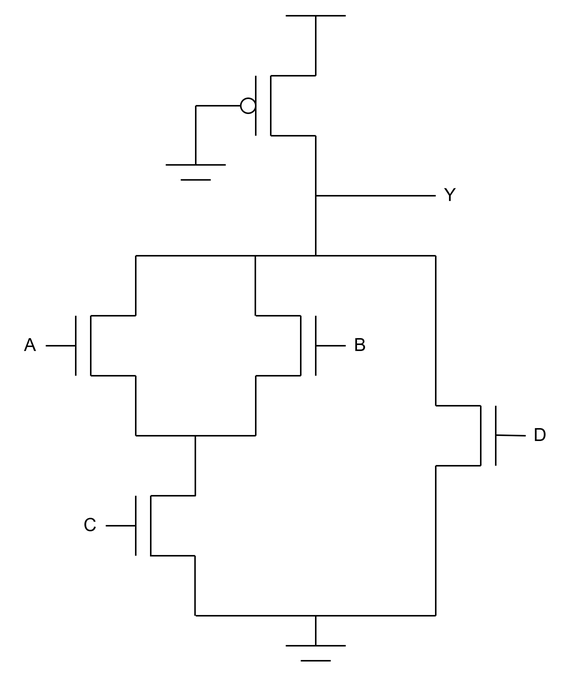
The draw.io diagram 4/images/problem2_pseudo_nmos.png in osowatzke/ECE507_HW, before a commit. Source tidied: cells renumbered, new cells last; positions are measured from the earlier drawing's top-left corner, leaving out a move shared by most shapes. The source it was exported from:
```xml
<mxGraphModel>
  <root>
    <mxCell id="0" />
    <mxCell id="1" parent="0" />
    <mxCell id="2" style="group;" parent="1" vertex="1">
      <mxGeometry x="40" y="200" width="40" height="40" as="geometry" />
    </mxCell>
    <mxCell id="3" style="endArrow=none;html=1;rounded=0;" parent="2" edge="1">
      <mxGeometry relative="1" as="geometry">
        <mxPoint x="10" y="40" as="sourcePoint" />
        <mxPoint x="10" as="targetPoint" />
      </mxGeometry>
    </mxCell>
    <mxCell id="4" style="endArrow=none;html=1;rounded=0;" parent="2" edge="1">
      <mxGeometry relative="1" as="geometry">
        <mxPoint y="40" as="sourcePoint" />
        <mxPoint as="targetPoint" />
      </mxGeometry>
    </mxCell>
    <mxCell id="5" style="endArrow=none;html=1;rounded=0;" parent="2" edge="1">
      <mxGeometry relative="1" as="geometry">
        <mxPoint x="40" as="sourcePoint" />
        <mxPoint x="10" as="targetPoint" />
      </mxGeometry>
    </mxCell>
    <mxCell id="6" style="endArrow=none;html=1;rounded=0;" parent="2" edge="1">
      <mxGeometry relative="1" as="geometry">
        <mxPoint x="40" y="40" as="sourcePoint" />
        <mxPoint x="10" y="40" as="targetPoint" />
      </mxGeometry>
    </mxCell>
    <mxCell id="7" style="group;" parent="1" vertex="1">
      <mxGeometry x="80" y="320" width="40" height="40" as="geometry" />
    </mxCell>
    <mxCell id="8" style="endArrow=none;html=1;rounded=0;" parent="7" edge="1">
      <mxGeometry relative="1" as="geometry">
        <mxPoint x="10" y="40" as="sourcePoint" />
        <mxPoint x="10" as="targetPoint" />
      </mxGeometry>
    </mxCell>
    <mxCell id="9" style="endArrow=none;html=1;rounded=0;" parent="7" edge="1">
      <mxGeometry relative="1" as="geometry">
        <mxPoint y="40" as="sourcePoint" />
        <mxPoint as="targetPoint" />
      </mxGeometry>
    </mxCell>
    <mxCell id="10" style="endArrow=none;html=1;rounded=0;" parent="7" edge="1">
      <mxGeometry relative="1" as="geometry">
        <mxPoint x="40" as="sourcePoint" />
        <mxPoint x="10" as="targetPoint" />
      </mxGeometry>
    </mxCell>
    <mxCell id="11" style="group;rotation=-180;" parent="1" vertex="1">
      <mxGeometry x="160" y="200" width="40" height="40" as="geometry" />
    </mxCell>
    <mxCell id="12" style="endArrow=none;html=1;rounded=0;" parent="11" edge="1">
      <mxGeometry relative="1" as="geometry">
        <mxPoint x="30" as="sourcePoint" />
        <mxPoint x="30" y="40" as="targetPoint" />
      </mxGeometry>
    </mxCell>
    <mxCell id="13" style="endArrow=none;html=1;rounded=0;" parent="11" edge="1">
      <mxGeometry relative="1" as="geometry">
        <mxPoint x="40" as="sourcePoint" />
        <mxPoint x="40" y="40" as="targetPoint" />
      </mxGeometry>
    </mxCell>
    <mxCell id="14" style="endArrow=none;html=1;rounded=0;" parent="11" edge="1">
      <mxGeometry relative="1" as="geometry">
        <mxPoint y="40" as="sourcePoint" />
        <mxPoint x="30" y="40" as="targetPoint" />
      </mxGeometry>
    </mxCell>
    <mxCell id="15" style="endArrow=none;html=1;rounded=0;" parent="11" edge="1">
      <mxGeometry relative="1" as="geometry">
        <mxPoint as="sourcePoint" />
        <mxPoint x="30" as="targetPoint" />
      </mxGeometry>
    </mxCell>
    <mxCell id="16" style="endArrow=none;html=1;rounded=0;" parent="1" edge="1">
      <mxGeometry relative="1" as="geometry">
        <mxPoint x="200" y="160" as="sourcePoint" />
        <mxPoint x="200" y="80" as="targetPoint" />
      </mxGeometry>
    </mxCell>
    <mxCell id="17" style="endArrow=none;html=1;rounded=0;" parent="1" edge="1">
      <mxGeometry relative="1" as="geometry">
        <mxPoint x="280" y="160" as="sourcePoint" />
        <mxPoint x="80" y="160" as="targetPoint" />
      </mxGeometry>
    </mxCell>
    <mxCell id="18" style="endArrow=none;html=1;rounded=0;" parent="1" edge="1">
      <mxGeometry relative="1" as="geometry">
        <mxPoint x="80" y="200" as="sourcePoint" />
        <mxPoint x="80" y="160" as="targetPoint" />
      </mxGeometry>
    </mxCell>
    <mxCell id="19" style="endArrow=none;html=1;rounded=0;" parent="1" edge="1">
      <mxGeometry relative="1" as="geometry">
        <mxPoint x="80" y="280" as="sourcePoint" />
        <mxPoint x="80" y="240" as="targetPoint" />
      </mxGeometry>
    </mxCell>
    <mxCell id="20" style="endArrow=none;html=1;rounded=0;" parent="1" edge="1">
      <mxGeometry relative="1" as="geometry">
        <mxPoint x="160" y="280" as="sourcePoint" />
        <mxPoint x="80" y="280" as="targetPoint" />
      </mxGeometry>
    </mxCell>
    <mxCell id="21" style="endArrow=none;html=1;rounded=0;" parent="1" edge="1">
      <mxGeometry relative="1" as="geometry">
        <mxPoint x="119.7" y="320" as="sourcePoint" />
        <mxPoint x="119.7" y="280" as="targetPoint" />
      </mxGeometry>
    </mxCell>
    <mxCell id="22" style="endArrow=none;html=1;rounded=0;" parent="1" edge="1">
      <mxGeometry relative="1" as="geometry">
        <mxPoint x="280" y="120" as="sourcePoint" />
        <mxPoint x="200" y="120" as="targetPoint" />
      </mxGeometry>
    </mxCell>
    <mxCell id="23" style="endArrow=none;html=1;rounded=0;" parent="1" edge="1">
      <mxGeometry relative="1" as="geometry">
        <mxPoint x="220" y="220" as="sourcePoint" />
        <mxPoint x="200" y="220" as="targetPoint" />
      </mxGeometry>
    </mxCell>
    <mxCell id="24" style="endArrow=none;html=1;rounded=0;" parent="1" edge="1">
      <mxGeometry relative="1" as="geometry">
        <mxPoint x="60" y="340" as="sourcePoint" />
        <mxPoint x="80" y="340" as="targetPoint" />
      </mxGeometry>
    </mxCell>
    <mxCell id="25" style="endArrow=none;html=1;rounded=0;" parent="1" edge="1">
      <mxGeometry relative="1" as="geometry">
        <mxPoint x="20" y="220" as="sourcePoint" />
        <mxPoint x="40" y="220" as="targetPoint" />
      </mxGeometry>
    </mxCell>
    <mxCell id="26" style="endArrow=none;html=1;rounded=0;" parent="1" edge="1">
      <mxGeometry relative="1" as="geometry">
        <mxPoint x="200" y="420" as="sourcePoint" />
        <mxPoint x="200" y="400" as="targetPoint" />
      </mxGeometry>
    </mxCell>
    <mxCell id="27" style="endArrow=none;html=1;rounded=0;" parent="1" edge="1">
      <mxGeometry relative="1" as="geometry">
        <mxPoint x="220" y="420" as="sourcePoint" />
        <mxPoint x="180" y="420" as="targetPoint" />
      </mxGeometry>
    </mxCell>
    <mxCell id="28" style="endArrow=none;html=1;rounded=0;" parent="1" edge="1">
      <mxGeometry relative="1" as="geometry">
        <mxPoint x="210" y="430" as="sourcePoint" />
        <mxPoint x="190" y="430" as="targetPoint" />
      </mxGeometry>
    </mxCell>
    <mxCell id="29" style="endArrow=none;html=1;rounded=0;" parent="1" edge="1">
      <mxGeometry relative="1" as="geometry">
        <mxPoint x="220" as="sourcePoint" />
        <mxPoint x="180" as="targetPoint" />
      </mxGeometry>
    </mxCell>
    <mxCell id="30" value="A" style="text;html=1;align=center;verticalAlign=middle;whiteSpace=wrap;rounded=0;" parent="1" vertex="1">
      <mxGeometry y="210" width="20" height="20" as="geometry" />
    </mxCell>
    <mxCell id="31" value="C" style="text;html=1;align=center;verticalAlign=middle;whiteSpace=wrap;rounded=0;" parent="1" vertex="1">
      <mxGeometry x="40" y="330" width="20" height="20" as="geometry" />
    </mxCell>
    <mxCell id="32" value="B" style="text;html=1;align=center;verticalAlign=middle;whiteSpace=wrap;rounded=0;" parent="1" vertex="1">
      <mxGeometry x="220" y="210" width="20" height="20" as="geometry" />
    </mxCell>
    <mxCell id="33" value="Y" style="text;html=1;align=center;verticalAlign=middle;whiteSpace=wrap;rounded=0;" parent="1" vertex="1">
      <mxGeometry x="280" y="110" width="20" height="20" as="geometry" />
    </mxCell>
    <mxCell id="34" style="endArrow=none;html=1;rounded=0;" parent="1" edge="1">
      <mxGeometry relative="1" as="geometry">
        <mxPoint x="159.7" y="200" as="sourcePoint" />
        <mxPoint x="159.7" y="160" as="targetPoint" />
      </mxGeometry>
    </mxCell>
    <mxCell id="35" style="endArrow=none;html=1;rounded=0;" parent="1" edge="1">
      <mxGeometry relative="1" as="geometry">
        <mxPoint x="160" y="280" as="sourcePoint" />
        <mxPoint x="160" y="240" as="targetPoint" />
      </mxGeometry>
    </mxCell>
    <mxCell id="36" style="endArrow=none;html=1;rounded=0;" parent="1" edge="1">
      <mxGeometry relative="1" as="geometry">
        <mxPoint x="119.5" y="360" as="sourcePoint" />
        <mxPoint x="89.5" y="360" as="targetPoint" />
      </mxGeometry>
    </mxCell>
    <mxCell id="37" style="endArrow=none;html=1;rounded=0;" parent="1" edge="1">
      <mxGeometry relative="1" as="geometry">
        <mxPoint x="119.5" y="400" as="sourcePoint" />
        <mxPoint x="119.5" y="360" as="targetPoint" />
      </mxGeometry>
    </mxCell>
    <mxCell id="38" style="group;rotation=-180;" parent="1" vertex="1">
      <mxGeometry x="280" y="260" width="40" height="40" as="geometry" />
    </mxCell>
    <mxCell id="39" style="endArrow=none;html=1;rounded=0;" parent="38" edge="1">
      <mxGeometry relative="1" as="geometry">
        <mxPoint x="30" as="sourcePoint" />
        <mxPoint x="30" y="40" as="targetPoint" />
      </mxGeometry>
    </mxCell>
    <mxCell id="40" style="endArrow=none;html=1;rounded=0;" parent="38" edge="1">
      <mxGeometry relative="1" as="geometry">
        <mxPoint x="40" as="sourcePoint" />
        <mxPoint x="40" y="40" as="targetPoint" />
      </mxGeometry>
    </mxCell>
    <mxCell id="41" style="endArrow=none;html=1;rounded=0;" parent="38" edge="1">
      <mxGeometry relative="1" as="geometry">
        <mxPoint y="40" as="sourcePoint" />
        <mxPoint x="30" y="40" as="targetPoint" />
      </mxGeometry>
    </mxCell>
    <mxCell id="42" style="endArrow=none;html=1;rounded=0;" parent="38" edge="1">
      <mxGeometry relative="1" as="geometry">
        <mxPoint as="sourcePoint" />
        <mxPoint x="30" as="targetPoint" />
      </mxGeometry>
    </mxCell>
    <mxCell id="43" style="endArrow=none;html=1;rounded=0;" parent="1" edge="1">
      <mxGeometry relative="1" as="geometry">
        <mxPoint x="340" y="280" as="sourcePoint" />
        <mxPoint x="320" y="279.6" as="targetPoint" />
      </mxGeometry>
    </mxCell>
    <mxCell id="44" value="D" style="text;html=1;align=center;verticalAlign=middle;whiteSpace=wrap;rounded=0;" parent="1" vertex="1">
      <mxGeometry x="340" y="270" width="20" height="20" as="geometry" />
    </mxCell>
    <mxCell id="45" style="endArrow=none;html=1;rounded=0;" parent="1" edge="1">
      <mxGeometry relative="1" as="geometry">
        <mxPoint x="280" y="400" as="sourcePoint" />
        <mxPoint x="120" y="400" as="targetPoint" />
      </mxGeometry>
    </mxCell>
    <mxCell id="46" style="endArrow=none;html=1;rounded=0;" parent="1" edge="1">
      <mxGeometry relative="1" as="geometry">
        <mxPoint x="280" y="400" as="sourcePoint" />
        <mxPoint x="280" y="300" as="targetPoint" />
      </mxGeometry>
    </mxCell>
    <mxCell id="47" style="endArrow=none;html=1;rounded=0;" parent="1" edge="1">
      <mxGeometry relative="1" as="geometry">
        <mxPoint x="280" y="260" as="sourcePoint" />
        <mxPoint x="280" y="160" as="targetPoint" />
      </mxGeometry>
    </mxCell>
    <mxCell id="48" style="group;" parent="1" vertex="1">
      <mxGeometry x="150" y="40" width="50" height="40" as="geometry" />
    </mxCell>
    <mxCell id="49" style="endArrow=none;html=1;rounded=0;" parent="48" edge="1">
      <mxGeometry relative="1" as="geometry">
        <mxPoint x="20" y="40" as="sourcePoint" />
        <mxPoint x="20" as="targetPoint" />
      </mxGeometry>
    </mxCell>
    <mxCell id="50" style="endArrow=none;html=1;rounded=0;" parent="48" edge="1">
      <mxGeometry relative="1" as="geometry">
        <mxPoint x="10" y="40" as="sourcePoint" />
        <mxPoint x="10" as="targetPoint" />
      </mxGeometry>
    </mxCell>
    <mxCell id="51" style="endArrow=none;html=1;rounded=0;" parent="48" edge="1">
      <mxGeometry relative="1" as="geometry">
        <mxPoint x="50" as="sourcePoint" />
        <mxPoint x="20" as="targetPoint" />
      </mxGeometry>
    </mxCell>
    <mxCell id="52" style="endArrow=none;html=1;rounded=0;" parent="48" edge="1">
      <mxGeometry relative="1" as="geometry">
        <mxPoint x="50" y="40" as="sourcePoint" />
        <mxPoint x="20" y="40" as="targetPoint" />
      </mxGeometry>
    </mxCell>
    <mxCell id="53" style="ellipse;whiteSpace=wrap;html=1;" parent="48" vertex="1">
      <mxGeometry y="15" width="10" height="10" as="geometry" />
    </mxCell>
    <mxCell id="54" style="endArrow=none;html=1;rounded=0;entryX=0;entryY=0.5;entryDx=0;entryDy=0;" parent="1" edge="1" target="53">
      <mxGeometry relative="1" as="geometry">
        <mxPoint x="120" y="60" as="sourcePoint" />
      </mxGeometry>
    </mxCell>
    <mxCell id="55" style="endArrow=none;html=1;rounded=0;" parent="1" edge="1">
      <mxGeometry relative="1" as="geometry">
        <mxPoint x="200" y="40" as="sourcePoint" />
        <mxPoint x="200" as="targetPoint" />
      </mxGeometry>
    </mxCell>
    <mxCell id="56" style="endArrow=none;html=1;rounded=0;" parent="1" edge="1">
      <mxGeometry relative="1" as="geometry">
        <mxPoint x="120" y="99.4" as="sourcePoint" />
        <mxPoint x="120" y="60" as="targetPoint" />
      </mxGeometry>
    </mxCell>
    <mxCell id="57" style="endArrow=none;html=1;rounded=0;" parent="1" edge="1">
      <mxGeometry relative="1" as="geometry">
        <mxPoint x="140" y="99.4" as="sourcePoint" />
        <mxPoint x="100" y="99.4" as="targetPoint" />
      </mxGeometry>
    </mxCell>
    <mxCell id="58" style="endArrow=none;html=1;rounded=0;" parent="1" edge="1">
      <mxGeometry relative="1" as="geometry">
        <mxPoint x="130" y="109.4" as="sourcePoint" />
        <mxPoint x="110" y="109.4" as="targetPoint" />
      </mxGeometry>
    </mxCell>
  </root>
</mxGraphModel>
```
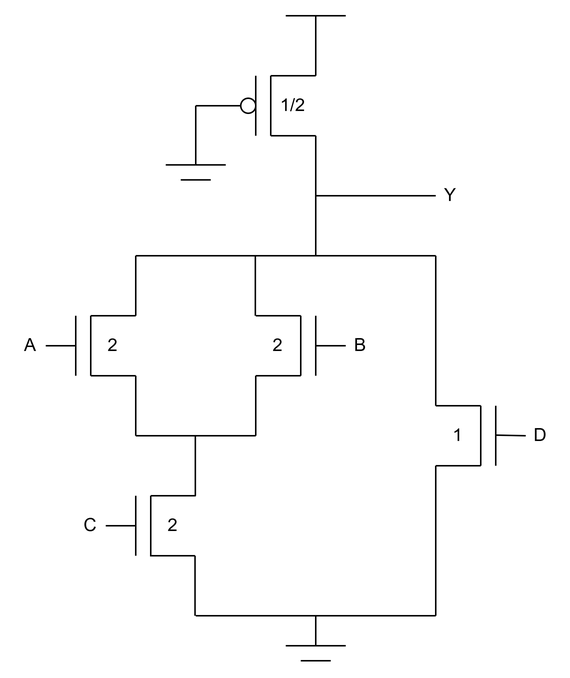
The same diagram one commit later.

Change to the diagram source:
```diff
@@ -77,6 +77,9 @@
         <mxPoint x="30" as="targetPoint" />
       </mxGeometry>
     </mxCell>
+    <mxCell id="59" value="2" style="text;html=1;align=center;verticalAlign=middle;whiteSpace=wrap;rounded=0;" parent="11" vertex="1">
+      <mxGeometry y="10" width="30" height="20" as="geometry" />
+    </mxCell>
     <mxCell id="16" style="endArrow=none;html=1;rounded=0;" parent="1" edge="1">
       <mxGeometry relative="1" as="geometry">
         <mxPoint x="200" y="160" as="sourcePoint" />
@@ -224,6 +227,9 @@
         <mxPoint x="30" as="targetPoint" />
       </mxGeometry>
     </mxCell>
+    <mxCell id="60" value="1" style="text;html=1;align=center;verticalAlign=middle;whiteSpace=wrap;rounded=0;" parent="38" vertex="1">
+      <mxGeometry y="10" width="30" height="20" as="geometry" />
+    </mxCell>
     <mxCell id="43" style="endArrow=none;html=1;rounded=0;" parent="1" edge="1">
       <mxGeometry relative="1" as="geometry">
         <mxPoint x="340" y="280" as="sourcePoint" />
@@ -310,5 +316,14 @@
         <mxPoint x="110" y="109.4" as="targetPoint" />
       </mxGeometry>
     </mxCell>
+    <mxCell id="61" value="1/2" style="text;html=1;align=center;verticalAlign=middle;whiteSpace=wrap;rounded=0;" parent="1" vertex="1">
+      <mxGeometry x="170" y="50" width="30" height="20" as="geometry" />
+    </mxCell>
+    <mxCell id="62" value="2" style="text;html=1;align=center;verticalAlign=middle;whiteSpace=wrap;rounded=0;" parent="1" vertex="1">
+      <mxGeometry x="50" y="210" width="30" height="20" as="geometry" />
+    </mxCell>
+    <mxCell id="63" value="2" style="text;html=1;align=center;verticalAlign=middle;whiteSpace=wrap;rounded=0;" parent="1" vertex="1">
+      <mxGeometry x="90" y="330" width="30" height="20" as="geometry" />
+    </mxCell>
   </root>
 </mxGraphModel>
```
